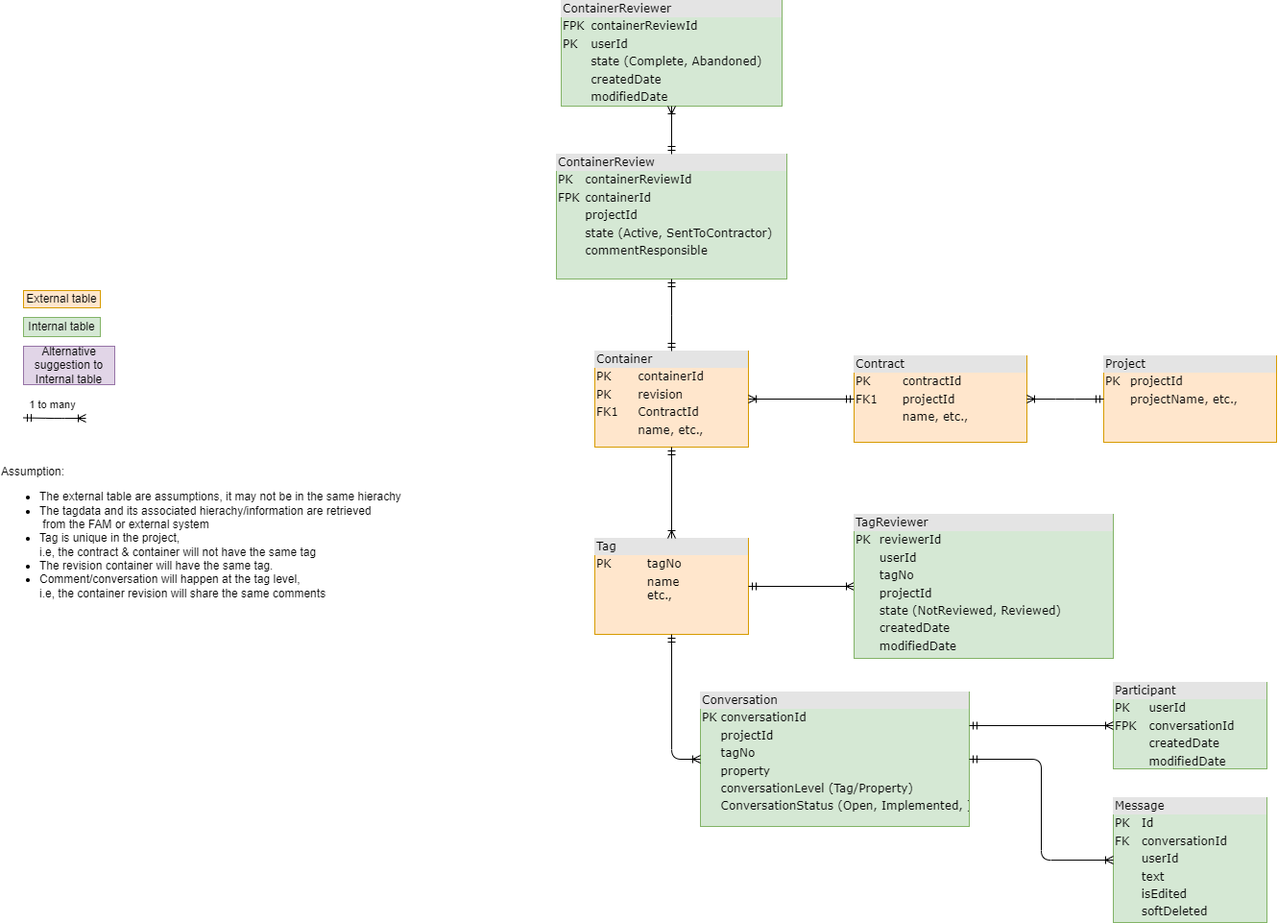
The draw.io diagram documentation/Data model proposal 2.drawio.png in equinor/spinedatasheetapi, before a commit. Source tidied: cells renumbered, new cells last; positions are measured from the earlier drawing's top-left corner, leaving out a move shared by most shapes. Its diagram source:
```xml
<mxGraphModel>
  <root>
    <mxCell id="0" />
    <mxCell id="1" parent="0" />
    <mxCell id="2" value="&lt;div style=&quot;box-sizing:border-box;width:100%;background:#e4e4e4;padding:2px;&quot;&gt;Project&lt;/div&gt;&lt;table style=&quot;width:100%;font-size:1em;&quot; cellpadding=&quot;2&quot; cellspacing=&quot;0&quot;&gt;&lt;tbody&gt;&lt;tr&gt;&lt;td&gt;PK&lt;/td&gt;&lt;td&gt;projectId&lt;/td&gt;&lt;/tr&gt;&lt;tr&gt;&lt;td&gt;&lt;/td&gt;&lt;td&gt;projectName, etc.,&lt;/td&gt;&lt;/tr&gt;&lt;/tbody&gt;&lt;/table&gt;" style="verticalAlign=top;align=left;overflow=fill;html=1;rounded=0;shadow=0;comic=0;labelBackgroundColor=none;strokeWidth=1;fontFamily=Verdana;fontSize=12;fillColor=#ffe6cc;strokeColor=#d79b00;" parent="1" vertex="1">
      <mxGeometry x="1150" y="370" width="180" height="90" as="geometry" />
    </mxCell>
    <mxCell id="3" value="&lt;div style=&quot;box-sizing:border-box;width:100%;background:#e4e4e4;padding:2px;&quot;&gt;Contract&lt;/div&gt;&lt;table style=&quot;width:100%;font-size:1em;&quot; cellpadding=&quot;2&quot; cellspacing=&quot;0&quot;&gt;&lt;tbody&gt;&lt;tr&gt;&lt;td&gt;PK&lt;/td&gt;&lt;td&gt;contractId&lt;/td&gt;&lt;/tr&gt;&lt;tr&gt;&lt;td&gt;FK1&lt;/td&gt;&lt;td&gt;projectId&lt;/td&gt;&lt;/tr&gt;&lt;tr&gt;&lt;td&gt;&lt;/td&gt;&lt;td&gt;name, etc.,&lt;/td&gt;&lt;/tr&gt;&lt;/tbody&gt;&lt;/table&gt;" style="verticalAlign=top;align=left;overflow=fill;html=1;rounded=0;shadow=0;comic=0;labelBackgroundColor=none;strokeWidth=1;fontFamily=Verdana;fontSize=12;fillColor=#ffe6cc;strokeColor=#d79b00;" parent="1" vertex="1">
      <mxGeometry x="890" y="370" width="180" height="90" as="geometry" />
    </mxCell>
    <mxCell id="4" value="&lt;div style=&quot;box-sizing:border-box;width:100%;background:#e4e4e4;padding:2px;&quot;&gt;Container&lt;/div&gt;&lt;table style=&quot;width:100%;font-size:1em;&quot; cellpadding=&quot;2&quot; cellspacing=&quot;0&quot;&gt;&lt;tbody&gt;&lt;tr&gt;&lt;td&gt;PK&lt;/td&gt;&lt;td&gt;containerId&lt;/td&gt;&lt;/tr&gt;&lt;tr&gt;&lt;td&gt;PK&lt;/td&gt;&lt;td&gt;revision&lt;/td&gt;&lt;/tr&gt;&lt;tr&gt;&lt;td&gt;FK1&lt;/td&gt;&lt;td&gt;ContractId&lt;/td&gt;&lt;/tr&gt;&lt;tr&gt;&lt;td&gt;&lt;/td&gt;&lt;td&gt;name, etc.,&lt;/td&gt;&lt;/tr&gt;&lt;/tbody&gt;&lt;/table&gt;" style="verticalAlign=top;align=left;overflow=fill;html=1;rounded=0;shadow=0;comic=0;labelBackgroundColor=none;strokeWidth=1;fontFamily=Verdana;fontSize=12;fillColor=#ffe6cc;strokeColor=#d79b00;" parent="1" vertex="1">
      <mxGeometry x="620" y="365" width="160" height="100" as="geometry" />
    </mxCell>
    <mxCell id="5" style="edgeStyle=orthogonalEdgeStyle;html=1;labelBackgroundColor=none;startArrow=ERmandOne;endArrow=ERoneToMany;fontFamily=Verdana;fontSize=12;align=left;" parent="1" edge="1" source="3" target="4">
      <mxGeometry relative="1" as="geometry" />
    </mxCell>
    <mxCell id="6" value="&lt;div style=&quot;box-sizing:border-box;width:100%;background:#e4e4e4;padding:2px;&quot;&gt;Tag&lt;/div&gt;&lt;table style=&quot;width:100%;font-size:1em;&quot; cellpadding=&quot;2&quot; cellspacing=&quot;0&quot;&gt;&lt;tbody&gt;&lt;tr&gt;&lt;td&gt;PK&lt;/td&gt;&lt;td&gt;tagNo&lt;/td&gt;&lt;/tr&gt;&lt;tr&gt;&lt;td&gt;&lt;/td&gt;&lt;td&gt;name&lt;br&gt;etc.,&lt;/td&gt;&lt;/tr&gt;&lt;/tbody&gt;&lt;/table&gt;" style="verticalAlign=top;align=left;overflow=fill;html=1;rounded=0;shadow=0;comic=0;labelBackgroundColor=none;strokeWidth=1;fontFamily=Verdana;fontSize=12;fillColor=#ffe6cc;strokeColor=#d79b00;" parent="1" vertex="1">
      <mxGeometry x="620" y="560" width="160" height="100" as="geometry" />
    </mxCell>
    <mxCell id="7" value="&lt;div style=&quot;&quot;&gt;&lt;span style=&quot;background-color: initial;&quot;&gt;Assumption:&lt;/span&gt;&lt;/div&gt;&lt;ul&gt;&lt;li style=&quot;&quot;&gt;The external table are assumptions, it may not be in the same hierachy&lt;/li&gt;&lt;li style=&quot;&quot;&gt;The tagdata and its associated hierachy/information are retrieved&lt;br&gt;&amp;nbsp;from the FAM or external system&amp;nbsp;&lt;/li&gt;&lt;li style=&quot;&quot;&gt;Tag is unique in the project, &lt;br&gt;i.e, the contract &amp;amp; container will not have the same tag&lt;/li&gt;&lt;li style=&quot;&quot;&gt;The revision container will have the same tag.&lt;/li&gt;&lt;li style=&quot;&quot;&gt;Comment/conversation will happen at the tag level, &lt;br&gt;i.e, the container revision will share the same comments&lt;/li&gt;&lt;/ul&gt;" style="text;html=1;align=left;verticalAlign=middle;strokeColor=none;fillColor=none;" parent="1" vertex="1">
      <mxGeometry y="475" width="440" height="170" as="geometry" />
    </mxCell>
    <mxCell id="8" value="&lt;div style=&quot;box-sizing:border-box;width:100%;background:#e4e4e4;padding:2px;&quot;&gt;Conversation&lt;/div&gt;&lt;table style=&quot;width:100%;font-size:1em;&quot; cellpadding=&quot;2&quot; cellspacing=&quot;0&quot;&gt;&lt;tbody&gt;&lt;tr&gt;&lt;td&gt;PK&lt;/td&gt;&lt;td&gt;conversationId&lt;/td&gt;&lt;/tr&gt;&lt;tr&gt;&lt;td&gt;&lt;br&gt;&lt;/td&gt;&lt;td&gt;projectId&lt;/td&gt;&lt;/tr&gt;&lt;tr&gt;&lt;td&gt;&lt;br&gt;&lt;/td&gt;&lt;td&gt;tagNo&lt;/td&gt;&lt;/tr&gt;&lt;tr&gt;&lt;td&gt;&lt;br&gt;&lt;/td&gt;&lt;td&gt;property&lt;/td&gt;&lt;/tr&gt;&lt;tr&gt;&lt;td&gt;&lt;/td&gt;&lt;td&gt;conversationLevel (Tag/Property)&lt;font style=&quot;font-size: 7px;&quot;&gt;&lt;br&gt;&lt;/font&gt;&lt;/td&gt;&lt;/tr&gt;&lt;tr&gt;&lt;td&gt;&lt;br&gt;&lt;/td&gt;&lt;td&gt;ConversationStatus (Open, Implemented, )&lt;/td&gt;&lt;/tr&gt;&lt;/tbody&gt;&lt;/table&gt;" style="verticalAlign=top;align=left;overflow=fill;html=1;rounded=0;shadow=0;comic=0;labelBackgroundColor=none;strokeWidth=1;fontFamily=Verdana;fontSize=12;fillColor=#d5e8d4;strokeColor=#82b366;" parent="1" vertex="1">
      <mxGeometry x="730" y="720" width="280" height="140" as="geometry" />
    </mxCell>
    <mxCell id="9" style="edgeStyle=orthogonalEdgeStyle;html=1;entryX=0;entryY=0.5;labelBackgroundColor=none;startArrow=ERmandOne;endArrow=ERoneToMany;fontFamily=Verdana;fontSize=12;align=left;exitX=0.5;exitY=1;exitDx=0;exitDy=0;entryDx=0;entryDy=0;" parent="1" edge="1" source="6" target="8">
      <mxGeometry relative="1" as="geometry" />
    </mxCell>
    <mxCell id="10" style="edgeStyle=orthogonalEdgeStyle;html=1;entryX=0;entryY=0.5;labelBackgroundColor=none;startArrow=ERmandOne;endArrow=ERoneToMany;fontFamily=Verdana;fontSize=12;align=left;exitX=1;exitY=0.5;exitDx=0;exitDy=0;entryDx=0;entryDy=0;" parent="1" edge="1" source="6" target="22">
      <mxGeometry relative="1" as="geometry" />
    </mxCell>
    <mxCell id="11" style="edgeStyle=orthogonalEdgeStyle;html=1;labelBackgroundColor=none;startArrow=ERmandOne;endArrow=ERoneToMany;fontFamily=Verdana;fontSize=12;align=left;exitX=0.5;exitY=1;exitDx=0;exitDy=0;" parent="1" edge="1" source="4" target="6">
      <mxGeometry relative="1" as="geometry" />
    </mxCell>
    <mxCell id="12" value="External table" style="rounded=0;whiteSpace=wrap;html=1;fillColor=#ffe6cc;strokeColor=#d79b00;" parent="1" vertex="1">
      <mxGeometry x="25" y="302" width="80" height="18" as="geometry" />
    </mxCell>
    <mxCell id="13" value="Internal table" style="rounded=0;whiteSpace=wrap;html=1;fillColor=#d5e8d4;strokeColor=#82b366;" parent="1" vertex="1">
      <mxGeometry x="25" y="330" width="80" height="20" as="geometry" />
    </mxCell>
    <mxCell id="14" value="Alternative suggestion to Internal table" style="rounded=0;whiteSpace=wrap;html=1;fillColor=#e1d5e7;strokeColor=#9673a6;" parent="1" vertex="1">
      <mxGeometry x="25" y="360" width="95" height="40" as="geometry" />
    </mxCell>
    <mxCell id="15" style="group;" parent="1" vertex="1">
      <mxGeometry y="420" width="130" height="35" as="geometry" />
    </mxCell>
    <mxCell id="16" style="edgeStyle=orthogonalEdgeStyle;html=1;labelBackgroundColor=none;startArrow=ERmandOne;endArrow=ERoneToMany;fontFamily=Verdana;fontSize=12;align=left;exitX=0.5;exitY=1;exitDx=0;exitDy=0;" parent="15" edge="1">
      <mxGeometry relative="1" as="geometry">
        <mxPoint x="25" y="14.5" as="sourcePoint" />
        <mxPoint x="90" y="15" as="targetPoint" />
      </mxGeometry>
    </mxCell>
    <mxCell id="17" value="1 to many" style="edgeLabel;html=1;align=center;verticalAlign=middle;" parent="16" vertex="1">
      <mxGeometry x="-0.08" y="2" relative="1" as="geometry">
        <mxPoint y="-13" as="offset" />
      </mxGeometry>
    </mxCell>
    <mxCell id="18" value="&lt;div style=&quot;box-sizing:border-box;width:100%;background:#e4e4e4;padding:2px;&quot;&gt;Message&lt;/div&gt;&lt;table style=&quot;width:100%;font-size:1em;&quot; cellpadding=&quot;2&quot; cellspacing=&quot;0&quot;&gt;&lt;tbody&gt;&lt;tr&gt;&lt;td&gt;PK&lt;/td&gt;&lt;td&gt;Id&lt;/td&gt;&lt;/tr&gt;&lt;tr&gt;&lt;td&gt;FK&lt;/td&gt;&lt;td&gt;conversationId&lt;/td&gt;&lt;/tr&gt;&lt;tr&gt;&lt;td&gt;&lt;br&gt;&lt;/td&gt;&lt;td&gt;userId&lt;/td&gt;&lt;/tr&gt;&lt;tr&gt;&lt;td&gt;&lt;br&gt;&lt;/td&gt;&lt;td&gt;text&lt;/td&gt;&lt;/tr&gt;&lt;tr&gt;&lt;td&gt;&lt;br&gt;&lt;/td&gt;&lt;td&gt;isEdited&lt;/td&gt;&lt;/tr&gt;&lt;tr&gt;&lt;td&gt;&lt;br&gt;&lt;/td&gt;&lt;td&gt;softDeleted&lt;/td&gt;&lt;/tr&gt;&lt;/tbody&gt;&lt;/table&gt;" style="verticalAlign=top;align=left;overflow=fill;html=1;rounded=0;shadow=0;comic=0;labelBackgroundColor=none;strokeWidth=1;fontFamily=Verdana;fontSize=12;fillColor=#d5e8d4;strokeColor=#82b366;" parent="1" vertex="1">
      <mxGeometry x="1160" y="830" width="160" height="130" as="geometry" />
    </mxCell>
    <mxCell id="19" style="edgeStyle=orthogonalEdgeStyle;html=1;entryX=0;entryY=0.5;labelBackgroundColor=none;startArrow=ERmandOne;endArrow=ERoneToMany;fontFamily=Verdana;fontSize=12;align=left;exitX=1;exitY=0.5;exitDx=0;exitDy=0;entryDx=0;entryDy=0;" parent="1" edge="1" source="8" target="18">
      <mxGeometry relative="1" as="geometry" />
    </mxCell>
    <mxCell id="20" value="&lt;div style=&quot;box-sizing:border-box;width:100%;background:#e4e4e4;padding:2px;&quot;&gt;Participant&lt;/div&gt;&lt;table style=&quot;width:100%;font-size:1em;&quot; cellpadding=&quot;2&quot; cellspacing=&quot;0&quot;&gt;&lt;tbody&gt;&lt;tr&gt;&lt;td&gt;PK&lt;/td&gt;&lt;td&gt;userId&lt;/td&gt;&lt;/tr&gt;&lt;tr&gt;&lt;td&gt;FPK&lt;/td&gt;&lt;td&gt;conversationId&lt;/td&gt;&lt;/tr&gt;&lt;tr&gt;&lt;td&gt;&lt;br&gt;&lt;/td&gt;&lt;td&gt;createdDate&lt;/td&gt;&lt;/tr&gt;&lt;tr&gt;&lt;td&gt;&lt;br&gt;&lt;/td&gt;&lt;td&gt;modifiedDate&lt;/td&gt;&lt;/tr&gt;&lt;/tbody&gt;&lt;/table&gt;" style="verticalAlign=top;align=left;overflow=fill;html=1;rounded=0;shadow=0;comic=0;labelBackgroundColor=none;strokeWidth=1;fontFamily=Verdana;fontSize=12;fillColor=#d5e8d4;strokeColor=#82b366;" parent="1" vertex="1">
      <mxGeometry x="1160" y="710" width="160" height="90" as="geometry" />
    </mxCell>
    <mxCell id="21" style="edgeStyle=orthogonalEdgeStyle;html=1;entryX=0;entryY=0.5;labelBackgroundColor=none;startArrow=ERmandOne;endArrow=ERoneToMany;fontFamily=Verdana;fontSize=12;align=left;exitX=1;exitY=0.25;exitDx=0;exitDy=0;entryDx=0;entryDy=0;" parent="1" edge="1" source="8" target="20">
      <mxGeometry relative="1" as="geometry" />
    </mxCell>
    <mxCell id="22" value="&lt;div style=&quot;box-sizing:border-box;width:100%;background:#e4e4e4;padding:2px;&quot;&gt;TagReviewer&lt;/div&gt;&lt;table style=&quot;width:100%;font-size:1em;&quot; cellpadding=&quot;2&quot; cellspacing=&quot;0&quot;&gt;&lt;tbody&gt;&lt;tr&gt;&lt;td&gt;PK&lt;/td&gt;&lt;td&gt;reviewerId&lt;/td&gt;&lt;/tr&gt;&lt;tr&gt;&lt;td&gt;&lt;br&gt;&lt;/td&gt;&lt;td&gt;userId&lt;/td&gt;&lt;/tr&gt;&lt;tr&gt;&lt;td&gt;&lt;br&gt;&lt;/td&gt;&lt;td&gt;tagNo&lt;/td&gt;&lt;/tr&gt;&lt;tr&gt;&lt;td&gt;&lt;br&gt;&lt;/td&gt;&lt;td&gt;projectId&lt;/td&gt;&lt;/tr&gt;&lt;tr&gt;&lt;td&gt;&lt;br&gt;&lt;/td&gt;&lt;td&gt;state (NotReviewed, Reviewed)&lt;/td&gt;&lt;/tr&gt;&lt;tr&gt;&lt;td&gt;&lt;br&gt;&lt;/td&gt;&lt;td&gt;createdDate&lt;/td&gt;&lt;/tr&gt;&lt;tr&gt;&lt;td&gt;&lt;br&gt;&lt;/td&gt;&lt;td&gt;modifiedDate&lt;/td&gt;&lt;/tr&gt;&lt;/tbody&gt;&lt;/table&gt;" style="verticalAlign=top;align=left;overflow=fill;html=1;rounded=0;shadow=0;comic=0;labelBackgroundColor=none;strokeWidth=1;fontFamily=Verdana;fontSize=12;fillColor=#d5e8d4;strokeColor=#82b366;" parent="1" vertex="1">
      <mxGeometry x="890" y="535" width="270" height="150" as="geometry" />
    </mxCell>
    <mxCell id="23" style="edgeStyle=entityRelationEdgeStyle;fontSize=12;html=1;endArrow=ERoneToMany;startArrow=ERmandOne;rounded=0;entryX=1;entryY=0.5;entryDx=0;entryDy=0;exitX=0;exitY=0.5;exitDx=0;exitDy=0;" parent="1" edge="1" source="2" target="3">
      <mxGeometry relative="1" as="geometry" />
    </mxCell>
    <mxCell id="24" value="&lt;div style=&quot;box-sizing:border-box;width:100%;background:#e4e4e4;padding:2px;&quot;&gt;ContainerReview&lt;/div&gt;&lt;table style=&quot;width:100%;font-size:1em;&quot; cellpadding=&quot;2&quot; cellspacing=&quot;0&quot;&gt;&lt;tbody&gt;&lt;tr&gt;&lt;td&gt;PK&lt;/td&gt;&lt;td&gt;containerReviewId&lt;br&gt;&lt;/td&gt;&lt;/tr&gt;&lt;tr&gt;&lt;td&gt;FPK&lt;/td&gt;&lt;td&gt;containerId&lt;/td&gt;&lt;/tr&gt;&lt;tr&gt;&lt;td&gt;&lt;br&gt;&lt;/td&gt;&lt;td&gt;projectId&lt;/td&gt;&lt;/tr&gt;&lt;tr&gt;&lt;td&gt;&lt;br&gt;&lt;/td&gt;&lt;td&gt;state (Active, SentToContractor)&lt;/td&gt;&lt;/tr&gt;&lt;tr&gt;&lt;td&gt;&lt;/td&gt;&lt;td&gt;commentResponsible&lt;br&gt;&lt;font style=&quot;font-size: 7px;&quot;&gt;&lt;br&gt;&lt;/font&gt;&lt;/td&gt;&lt;/tr&gt;&lt;/tbody&gt;&lt;/table&gt;" style="verticalAlign=top;align=left;overflow=fill;html=1;rounded=0;shadow=0;comic=0;labelBackgroundColor=none;strokeWidth=1;fontFamily=Verdana;fontSize=12;fillColor=#d5e8d4;strokeColor=#82b366;" parent="1" vertex="1">
      <mxGeometry x="580" y="160" width="240" height="130" as="geometry" />
    </mxCell>
    <mxCell id="25" style="fontSize=12;html=1;endArrow=ERmandOne;startArrow=ERmandOne;rounded=0;edgeStyle=elbowEdgeStyle;elbow=vertical;exitX=0.5;exitY=0;exitDx=0;exitDy=0;entryX=0.5;entryY=1;entryDx=0;entryDy=0;" parent="1" edge="1" source="4" target="24">
      <mxGeometry relative="1" as="geometry" />
    </mxCell>
    <mxCell id="26" value="&lt;div style=&quot;box-sizing:border-box;width:100%;background:#e4e4e4;padding:2px;&quot;&gt;ContainerReviewer&lt;/div&gt;&lt;table style=&quot;width:100%;font-size:1em;&quot; cellpadding=&quot;2&quot; cellspacing=&quot;0&quot;&gt;&lt;tbody&gt;&lt;tr&gt;&lt;td&gt;FPK&lt;/td&gt;&lt;td&gt;containerReviewId&lt;/td&gt;&lt;/tr&gt;&lt;tr&gt;&lt;td&gt;PK&lt;/td&gt;&lt;td&gt;userId&lt;/td&gt;&lt;/tr&gt;&lt;tr&gt;&lt;td&gt;&lt;br&gt;&lt;/td&gt;&lt;td&gt;state (Complete, Abandoned)&lt;/td&gt;&lt;/tr&gt;&lt;tr&gt;&lt;td&gt;&lt;br&gt;&lt;/td&gt;&lt;td&gt;createdDate&lt;/td&gt;&lt;/tr&gt;&lt;tr&gt;&lt;td&gt;&lt;br&gt;&lt;/td&gt;&lt;td&gt;modifiedDate&lt;/td&gt;&lt;/tr&gt;&lt;/tbody&gt;&lt;/table&gt;" style="verticalAlign=top;align=left;overflow=fill;html=1;rounded=0;shadow=0;comic=0;labelBackgroundColor=none;strokeWidth=1;fontFamily=Verdana;fontSize=12;fillColor=#d5e8d4;strokeColor=#82b366;" parent="1" vertex="1">
      <mxGeometry x="585" width="230" height="110" as="geometry" />
    </mxCell>
    <mxCell id="27" style="edgeStyle=orthogonalEdgeStyle;html=1;labelBackgroundColor=none;startArrow=ERmandOne;endArrow=ERoneToMany;fontFamily=Verdana;fontSize=12;align=left;exitX=0.5;exitY=0;exitDx=0;exitDy=0;entryX=0.5;entryY=1;entryDx=0;entryDy=0;" parent="1" edge="1" source="24" target="26">
      <mxGeometry relative="1" as="geometry" />
    </mxCell>
  </root>
</mxGraphModel>
```
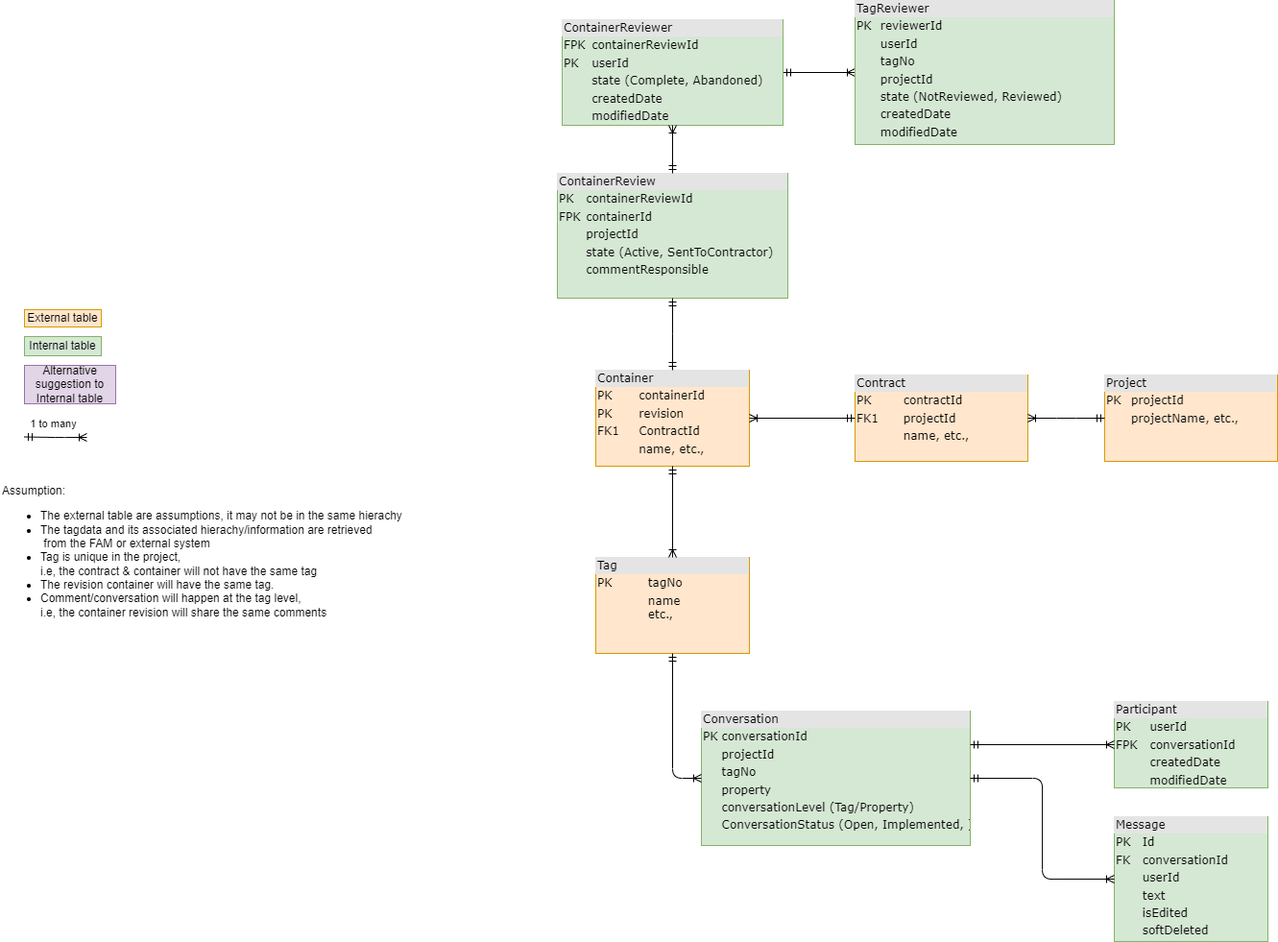
The same file after the commit.

What changed in the source:
```diff
@@ -26,7 +26,7 @@
     <mxCell id="9" style="edgeStyle=orthogonalEdgeStyle;html=1;entryX=0;entryY=0.5;labelBackgroundColor=none;startArrow=ERmandOne;endArrow=ERoneToMany;fontFamily=Verdana;fontSize=12;align=left;exitX=0.5;exitY=1;exitDx=0;exitDy=0;entryDx=0;entryDy=0;" parent="1" edge="1" source="6" target="8">
       <mxGeometry relative="1" as="geometry" />
     </mxCell>
-    <mxCell id="10" style="edgeStyle=orthogonalEdgeStyle;html=1;entryX=0;entryY=0.5;labelBackgroundColor=none;startArrow=ERmandOne;endArrow=ERoneToMany;fontFamily=Verdana;fontSize=12;align=left;exitX=1;exitY=0.5;exitDx=0;exitDy=0;entryDx=0;entryDy=0;" parent="1" edge="1" source="6" target="22">
+    <mxCell id="10" style="edgeStyle=orthogonalEdgeStyle;html=1;entryX=0;entryY=0.5;labelBackgroundColor=none;startArrow=ERmandOne;endArrow=ERoneToMany;fontFamily=Verdana;fontSize=12;align=left;exitX=1;exitY=0.5;exitDx=0;exitDy=0;entryDx=0;entryDy=0;" parent="1" edge="1" source="26" target="22">
       <mxGeometry relative="1" as="geometry" />
     </mxCell>
     <mxCell id="11" style="edgeStyle=orthogonalEdgeStyle;html=1;labelBackgroundColor=none;startArrow=ERmandOne;endArrow=ERoneToMany;fontFamily=Verdana;fontSize=12;align=left;exitX=0.5;exitY=1;exitDx=0;exitDy=0;" parent="1" edge="1" source="4" target="6">
@@ -68,7 +68,7 @@
       <mxGeometry relative="1" as="geometry" />
     </mxCell>
     <mxCell id="22" value="&lt;div style=&quot;box-sizing:border-box;width:100%;background:#e4e4e4;padding:2px;&quot;&gt;TagReviewer&lt;/div&gt;&lt;table style=&quot;width:100%;font-size:1em;&quot; cellpadding=&quot;2&quot; cellspacing=&quot;0&quot;&gt;&lt;tbody&gt;&lt;tr&gt;&lt;td&gt;PK&lt;/td&gt;&lt;td&gt;reviewerId&lt;/td&gt;&lt;/tr&gt;&lt;tr&gt;&lt;td&gt;&lt;br&gt;&lt;/td&gt;&lt;td&gt;userId&lt;/td&gt;&lt;/tr&gt;&lt;tr&gt;&lt;td&gt;&lt;br&gt;&lt;/td&gt;&lt;td&gt;tagNo&lt;/td&gt;&lt;/tr&gt;&lt;tr&gt;&lt;td&gt;&lt;br&gt;&lt;/td&gt;&lt;td&gt;projectId&lt;/td&gt;&lt;/tr&gt;&lt;tr&gt;&lt;td&gt;&lt;br&gt;&lt;/td&gt;&lt;td&gt;state (NotReviewed, Reviewed)&lt;/td&gt;&lt;/tr&gt;&lt;tr&gt;&lt;td&gt;&lt;br&gt;&lt;/td&gt;&lt;td&gt;createdDate&lt;/td&gt;&lt;/tr&gt;&lt;tr&gt;&lt;td&gt;&lt;br&gt;&lt;/td&gt;&lt;td&gt;modifiedDate&lt;/td&gt;&lt;/tr&gt;&lt;/tbody&gt;&lt;/table&gt;" style="verticalAlign=top;align=left;overflow=fill;html=1;rounded=0;shadow=0;comic=0;labelBackgroundColor=none;strokeWidth=1;fontFamily=Verdana;fontSize=12;fillColor=#d5e8d4;strokeColor=#82b366;" parent="1" vertex="1">
-      <mxGeometry x="890" y="535" width="270" height="150" as="geometry" />
+      <mxGeometry x="890" y="-20" width="270" height="150" as="geometry" />
     </mxCell>
     <mxCell id="23" style="edgeStyle=entityRelationEdgeStyle;fontSize=12;html=1;endArrow=ERoneToMany;startArrow=ERmandOne;rounded=0;entryX=1;entryY=0.5;entryDx=0;entryDy=0;exitX=0;exitY=0.5;exitDx=0;exitDy=0;" parent="1" edge="1" source="2" target="3">
       <mxGeometry relative="1" as="geometry" />
```
